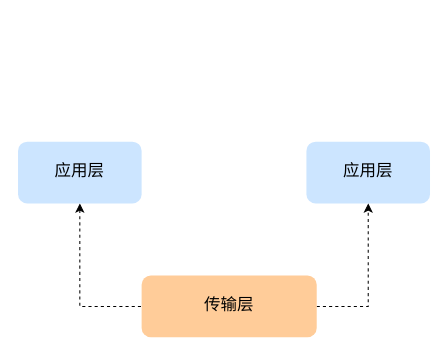
The draw.io diagram 网络/https/应用层.drawio in xiaolincoder/ImageHost4, before the edit. Source tidied: cells renumbered, new cells numbered last; positions are measured from the earlier drawing's top-left corner, leaving out a move shared by most shapes. Both pictures are drawn from the tidied source at 103%, with x=0, y=0 at pixel (18, 141).
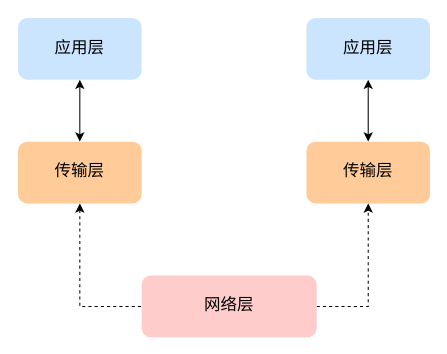
After the change.

Commit message (it also covers changes not shown here):
更新应用层.drawio

The edit, as a diff of the source:
```diff
@@
 <mxGraphModel>
   <root>
     <mxCell id="0" />
     <mxCell id="1" parent="0" />
     <mxCell id="2" style="edgeStyle=orthogonalEdgeStyle;rounded=0;jettySize=auto;html=1;entryX=0;entryY=0.5;entryDx=0;entryDy=0;fontFamily=Courier New;fontSize=16;dashed=1;startArrow=classic;startFill=1;endArrow=none;endFill=0;" parent="1" edge="1" source="3" target="6">
       <mxGeometry relative="1" as="geometry" />
     </mxCell>
-    <mxCell id="3" value="应用层" style="rounded=1;whiteSpace=wrap;html=1;fontSize=16;fontFamily=Courier New;fillColor=#cce5ff;strokeColor=none;" parent="1" vertex="1">
+    <mxCell id="3" value="传输层" style="rounded=1;whiteSpace=wrap;html=1;fontSize=16;fontFamily=Courier New;fillColor=#ffcc99;strokeColor=none;" parent="1" vertex="1">
       <mxGeometry width="120" height="60" as="geometry" />
     </mxCell>
-    <mxCell id="4" value="应用层" style="rounded=1;whiteSpace=wrap;html=1;fontSize=16;fontFamily=Courier New;fillColor=#cce5ff;strokeColor=none;" parent="1" vertex="1">
+    <mxCell id="4" value="传输层" style="rounded=1;whiteSpace=wrap;html=1;fontSize=16;fontFamily=Courier New;fillColor=#ffcc99;strokeColor=none;" parent="1" vertex="1">
       <mxGeometry x="280" width="120" height="60" as="geometry" />
     </mxCell>
     <mxCell id="5" style="edgeStyle=orthogonalEdgeStyle;rounded=0;jettySize=auto;html=1;entryX=0.5;entryY=1;entryDx=0;entryDy=0;fontFamily=Courier New;fontSize=16;exitX=1;exitY=0.5;exitDx=0;exitDy=0;dashed=1;" parent="1" edge="1" source="6" target="4">
       <mxGeometry relative="1" as="geometry" />
     </mxCell>
-    <mxCell id="6" value="传输层" style="rounded=1;whiteSpace=wrap;html=1;fontFamily=Courier New;fontSize=16;fillColor=#ffcc99;strokeColor=none;" parent="1" vertex="1">
+    <mxCell id="6" value="网络层" style="rounded=1;whiteSpace=wrap;html=1;fontFamily=Courier New;fontSize=16;fillColor=#ffcccc;strokeColor=none;" parent="1" vertex="1">
       <mxGeometry x="120" y="130" width="170" height="60" as="geometry" />
     </mxCell>
+    <mxCell id="7" style="edgeStyle=orthogonalEdgeStyle;rounded=0;jettySize=auto;html=1;entryX=0.5;entryY=0;entryDx=0;entryDy=0;startArrow=classic;startFill=1;endArrow=classic;endFill=1;fontFamily=Courier New;fontSize=16;" parent="1" edge="1" source="8" target="3">
+      <mxGeometry relative="1" as="geometry" />
+    </mxCell>
+    <mxCell id="8" value="应用层" style="rounded=1;whiteSpace=wrap;html=1;fontSize=16;fontFamily=Courier New;fillColor=#cce5ff;strokeColor=none;" parent="1" vertex="1">
+      <mxGeometry y="-120" width="120" height="60" as="geometry" />
+    </mxCell>
+    <mxCell id="9" style="edgeStyle=orthogonalEdgeStyle;rounded=0;jettySize=auto;html=1;entryX=0.5;entryY=0;entryDx=0;entryDy=0;startArrow=classic;startFill=1;endArrow=classic;endFill=1;fontFamily=Courier New;fontSize=16;" parent="1" edge="1" source="10" target="4">
+      <mxGeometry relative="1" as="geometry" />
+    </mxCell>
+    <mxCell id="10" value="应用层" style="rounded=1;whiteSpace=wrap;html=1;fontSize=16;fontFamily=Courier New;fillColor=#cce5ff;strokeColor=none;" parent="1" vertex="1">
+      <mxGeometry x="280" y="-120" width="120" height="60" as="geometry" />
+    </mxCell>
   </root>
 </mxGraphModel>
```
